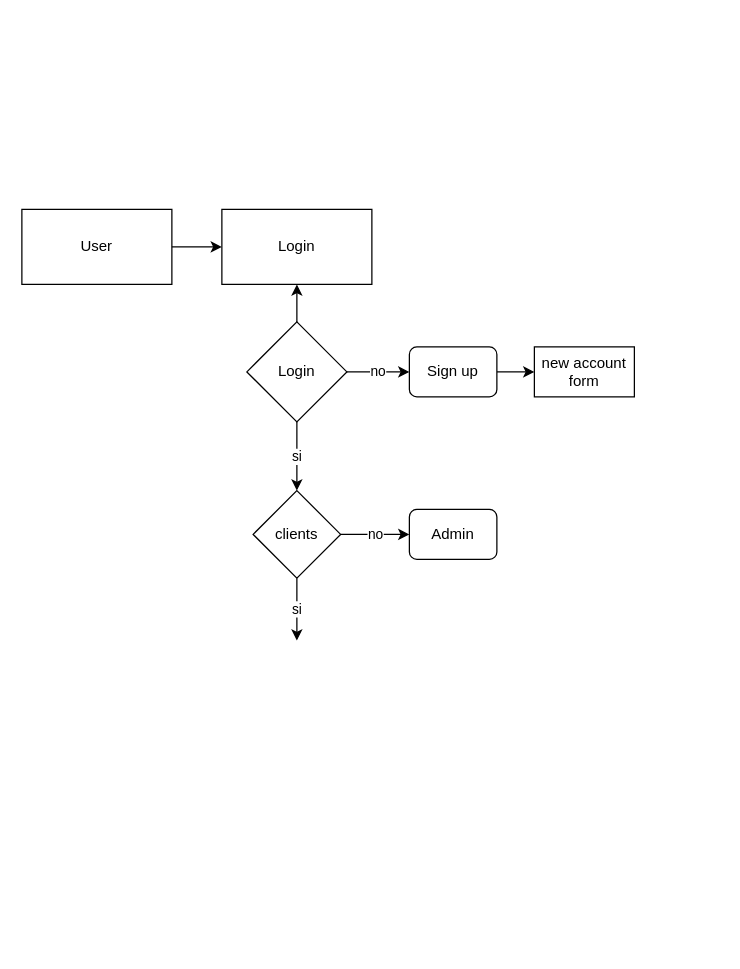
Before: files/Diagrama.drawio in Jalx1000/JAL-Launch-X-Latam, a draw.io diagram. Source tidied: cells renumbered, new cells numbered last; positions are measured from the earlier drawing's top-left corner, leaving out a move shared by most shapes. Both pictures are drawn from the tidied source at 125%, with x=0, y=0 at pixel (21, 209).
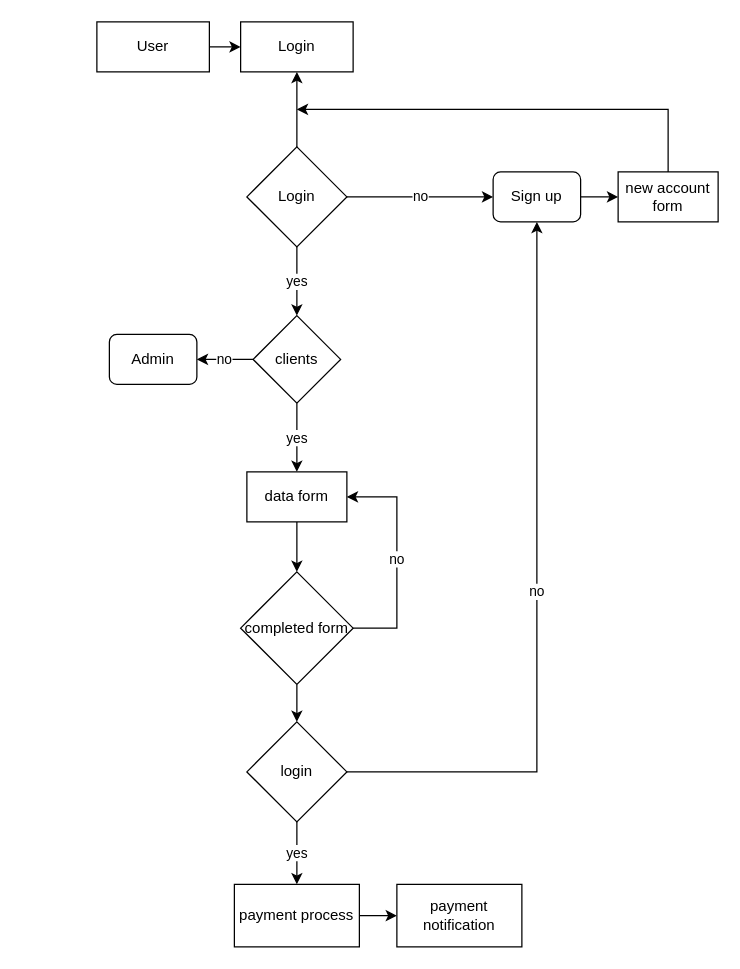
Above is the later version.

Commit message:
diagrama uml

Change to the diagram source:
```diff
@@
     <mxCell id="2" value="User" style="rounded=0;whiteSpace=wrap;html=1;" parent="1" vertex="1">
-      <mxGeometry width="120" height="60" as="geometry" />
+      <mxGeometry x="60" y="-150" width="90" height="40" as="geometry" />
     </mxCell>
     <mxCell id="3" value="Login" style="rounded=0;whiteSpace=wrap;html=1;" parent="1" vertex="1">
-      <mxGeometry x="160" width="120" height="60" as="geometry" />
+      <mxGeometry x="175" y="-150" width="90" height="40" as="geometry" />
     </mxCell>
@@
-    <mxCell id="5" style="edgeStyle=orthogonalEdgeStyle;rounded=0;jettySize=auto;html=1;entryX=0.5;entryY=1;entryDx=0;entryDy=0;" parent="1" edge="1" source="8" target="3">
-      <mxGeometry relative="1" as="geometry" />
-    </mxCell>
-    <mxCell id="6" value="si" style="edgeStyle=orthogonalEdgeStyle;rounded=0;jettySize=auto;html=1;entryX=0.5;entryY=0;entryDx=0;entryDy=0;" parent="1" edge="1" source="8" target="13">
+    <mxCell id="6" value="yes" style="edgeStyle=orthogonalEdgeStyle;rounded=0;jettySize=auto;html=1;entryX=0.5;entryY=0;entryDx=0;entryDy=0;" parent="1" edge="1" source="8" target="13">
       <mxGeometry relative="1" as="geometry" />
     </mxCell>
@@
+    <mxCell id="5" style="edgeStyle=orthogonalEdgeStyle;rounded=0;jettySize=auto;html=1;entryX=0.5;entryY=1;entryDx=0;entryDy=0;" parent="1" edge="1" source="8" target="3">
+      <mxGeometry relative="1" as="geometry" />
+    </mxCell>
     <mxCell id="8" value="Login" style="rhombus;whiteSpace=wrap;html=1;" parent="1" vertex="1">
-      <mxGeometry x="180" y="90" width="80" height="80" as="geometry" />
+      <mxGeometry x="180" y="-50" width="80" height="80" as="geometry" />
     </mxCell>
@@
     <mxCell id="10" value="Sign up" style="rounded=1;whiteSpace=wrap;html=1;" parent="1" vertex="1">
-      <mxGeometry x="310" y="110" width="70" height="40" as="geometry" />
+      <mxGeometry x="377" y="-30" width="70" height="40" as="geometry" />
     </mxCell>
-    <mxCell id="11" value="si" style="edgeStyle=orthogonalEdgeStyle;rounded=0;jettySize=auto;html=1;" parent="1" edge="1" source="13">
-      <mxGeometry relative="1" as="geometry">
-        <mxPoint x="220" y="345" as="targetPoint" />
-      </mxGeometry>
+    <mxCell id="11" value="yes" style="edgeStyle=orthogonalEdgeStyle;rounded=0;jettySize=auto;html=1;entryX=0.5;entryY=0;entryDx=0;entryDy=0;" parent="1" edge="1" source="13" target="18">
+      <mxGeometry relative="1" as="geometry" />
     </mxCell>
-    <mxCell id="12" value="no" style="edgeStyle=orthogonalEdgeStyle;rounded=0;jettySize=auto;html=1;exitX=1;exitY=0.5;exitDx=0;exitDy=0;entryX=0;entryY=0.5;entryDx=0;entryDy=0;" parent="1" edge="1" source="13" target="14">
+    <mxCell id="12" value="no" style="edgeStyle=orthogonalEdgeStyle;rounded=0;jettySize=auto;html=1;entryX=1;entryY=0.5;entryDx=0;entryDy=0;" parent="1" edge="1" source="13" target="14">
       <mxGeometry relative="1" as="geometry" />
     </mxCell>
     <mxCell id="13" value="clients" style="rhombus;whiteSpace=wrap;html=1;" parent="1" vertex="1">
-      <mxGeometry x="185" y="225" width="70" height="70" as="geometry" />
+      <mxGeometry x="185" y="85" width="70" height="70" as="geometry" />
     </mxCell>
+    <mxCell id="15" value="new account form" style="whiteSpace=wrap;html=1;" parent="1" vertex="1">
+      <mxGeometry x="477" y="-30" width="80" height="40" as="geometry" />
+    </mxCell>
+    <mxCell id="16" style="endArrow=classic;html=1;rounded=0;exitX=0.5;exitY=0;exitDx=0;exitDy=0;" parent="1" edge="1" source="15">
+      <mxGeometry relative="1" as="geometry">
+        <mxPoint x="220" y="-80" as="targetPoint" />
+        <Array as="points">
+          <mxPoint x="517" y="-80" />
+        </Array>
+      </mxGeometry>
+    </mxCell>
+    <mxCell id="17" style="edgeStyle=orthogonalEdgeStyle;rounded=0;jettySize=auto;html=1;exitX=0.5;exitY=1;exitDx=0;exitDy=0;entryX=0.5;entryY=0;entryDx=0;entryDy=0;" parent="1" edge="1" source="18" target="20">
+      <mxGeometry relative="1" as="geometry" />
+    </mxCell>
+    <mxCell id="18" value="data form" style="rounded=0;whiteSpace=wrap;html=1;" parent="1" vertex="1">
+      <mxGeometry x="180" y="210" width="80" height="40" as="geometry" />
+    </mxCell>
+    <mxCell id="19" style="edgeStyle=orthogonalEdgeStyle;rounded=0;jettySize=auto;html=1;entryX=0.5;entryY=0;entryDx=0;entryDy=0;" parent="1" edge="1" source="20" target="25">
+      <mxGeometry relative="1" as="geometry" />
+    </mxCell>
+    <mxCell id="20" value="completed form" style="rhombus;whiteSpace=wrap;html=1;" parent="1" vertex="1">
+      <mxGeometry x="175" y="290" width="90" height="90" as="geometry" />
+    </mxCell>
+    <mxCell id="21" value="no" style="endArrow=classic;html=1;rounded=0;exitX=1;exitY=0.5;exitDx=0;exitDy=0;entryX=1;entryY=0.5;entryDx=0;entryDy=0;" parent="1" edge="1" source="20" target="18">
+      <mxGeometry relative="1" as="geometry">
+        <Array as="points">
+          <mxPoint x="300" y="335" />
+          <mxPoint x="300" y="230" />
+        </Array>
+      </mxGeometry>
+    </mxCell>
+    <mxCell id="22" style="edgeStyle=orthogonalEdgeStyle;rounded=0;jettySize=auto;html=1;entryX=0;entryY=0.5;entryDx=0;entryDy=0;" parent="1" edge="1" source="23" target="27">
+      <mxGeometry relative="1" as="geometry" />
+    </mxCell>
+    <mxCell id="23" value="payment process" style="rounded=0;whiteSpace=wrap;html=1;" parent="1" vertex="1">
+      <mxGeometry x="170" y="540" width="100" height="50" as="geometry" />
+    </mxCell>
+    <mxCell id="24" value="yes" style="edgeStyle=orthogonalEdgeStyle;rounded=0;jettySize=auto;html=1;exitX=0.5;exitY=1;exitDx=0;exitDy=0;entryX=0.5;entryY=0;entryDx=0;entryDy=0;" parent="1" edge="1" source="25" target="23">
+      <mxGeometry relative="1" as="geometry" />
+    </mxCell>
+    <mxCell id="25" value="login" style="rhombus;whiteSpace=wrap;html=1;" parent="1" vertex="1">
+      <mxGeometry x="180" y="410" width="80" height="80" as="geometry" />
+    </mxCell>
+    <mxCell id="26" value="no" style="endArrow=classic;html=1;rounded=0;entryX=0.5;entryY=1;entryDx=0;entryDy=0;exitX=1;exitY=0.5;exitDx=0;exitDy=0;" parent="1" edge="1" source="25" target="10">
+      <mxGeometry relative="1" as="geometry">
+        <Array as="points">
+          <mxPoint x="412" y="450" />
+        </Array>
+      </mxGeometry>
+    </mxCell>
     <mxCell id="14" value="Admin" style="rounded=1;whiteSpace=wrap;html=1;" parent="1" vertex="1">
-      <mxGeometry x="310" y="240" width="70" height="40" as="geometry" />
+      <mxGeometry x="70" y="100" width="70" height="40" as="geometry" />
     </mxCell>
-    <mxCell id="15" value="new account form" style="whiteSpace=wrap;html=1;" parent="1" vertex="1">
-      <mxGeometry x="410" y="110" width="80" height="40" as="geometry" />
-    </mxCell>
+    <mxCell id="27" value="payment notification" style="rounded=0;whiteSpace=wrap;html=1;" parent="1" vertex="1">
+      <mxGeometry x="300" y="540" width="100" height="50" as="geometry" />
+    </mxCell>
```
